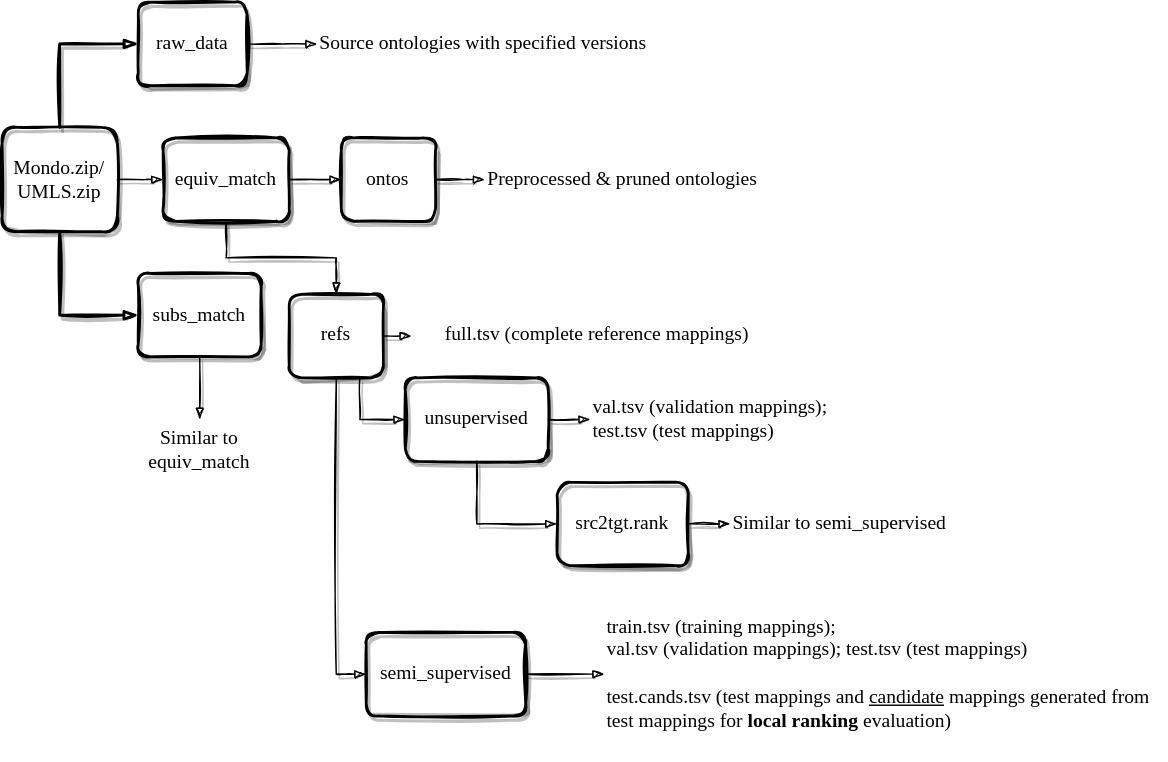
Before: docs/images/largebiomeddata.svg, a diagram exported from draw.io (KRR-Oxford/DeepOnto). Source tidied: cells renumbered, new cells last; positions are measured from the earlier drawing's top-left corner, leaving out a move shared by most shapes.
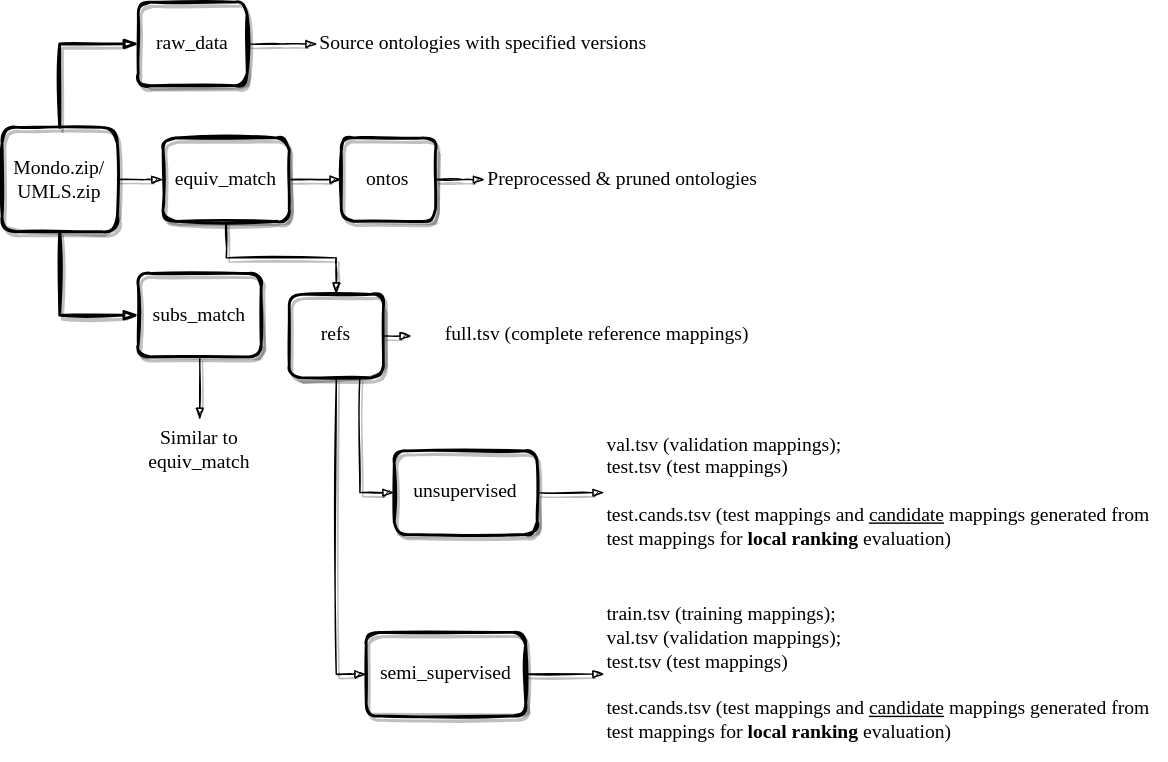
Above is the later version.

Change to the diagram source:
```diff
@@ -60,7 +60,7 @@
       <mxGeometry relative="1" as="geometry" />
     </mxCell>
     <mxCell id="21" value="&lt;font face=&quot;Comic Sans MS&quot;&gt;&lt;span style=&quot;font-size: 14px&quot;&gt;unsupervised&lt;/span&gt;&lt;/font&gt;" style="rounded=1;whiteSpace=wrap;html=1;sketch=1;glass=0;strokeWidth=2;shadow=1;" parent="1" vertex="1">
-      <mxGeometry x="287.9" y="268.2" width="102.1" height="59.6" as="geometry" />
+      <mxGeometry x="280" y="320.4" width="102.1" height="59.6" as="geometry" />
     </mxCell>
     <mxCell id="22" style="edgeStyle=orthogonalEdgeStyle;rounded=0;sketch=1;jettySize=auto;html=1;exitX=0.75;exitY=1;exitDx=0;exitDy=0;entryX=0;entryY=0.5;entryDx=0;entryDy=0;shadow=1;fontFamily=Comic Sans MS;fontSize=14;fontColor=default;endArrow=blockThin;endFill=1;strokeWidth=1;" parent="1" edge="1" source="14" target="21">
       <mxGeometry relative="1" as="geometry" />
@@ -71,29 +71,17 @@
     <mxCell id="24" style="edgeStyle=orthogonalEdgeStyle;rounded=0;sketch=1;jettySize=auto;html=1;exitX=0.5;exitY=1;exitDx=0;exitDy=0;entryX=0;entryY=0.5;entryDx=0;entryDy=0;shadow=1;fontFamily=Comic Sans MS;fontSize=14;fontColor=default;endArrow=blockThin;endFill=1;strokeWidth=1;" parent="1" edge="1" source="14" target="23">
       <mxGeometry relative="1" as="geometry" />
     </mxCell>
-    <mxCell id="25" value="val.tsv (validation mappings); test.tsv (test mappings)" style="text;html=1;strokeColor=none;fillColor=none;align=left;verticalAlign=middle;whiteSpace=wrap;rounded=0;shadow=1;glass=0;sketch=1;fontFamily=Comic Sans MS;fontSize=14;fontColor=default;" parent="1" vertex="1">
-      <mxGeometry x="420" y="275.7" width="190" height="44.7" as="geometry" />
+    <mxCell id="25" value="val.tsv (validation mappings); &lt;br&gt;test.tsv (test mappings)&lt;br&gt;&lt;br&gt;test.cands.tsv (test mappings and&amp;nbsp;&lt;u&gt;candidate&lt;/u&gt;&amp;nbsp;mappings generated from test mappings for&amp;nbsp;&lt;b&gt;local ranking&lt;/b&gt;&amp;nbsp;evaluation)" style="text;html=1;strokeColor=none;fillColor=none;align=left;verticalAlign=middle;whiteSpace=wrap;rounded=0;shadow=1;glass=0;sketch=1;fontFamily=Comic Sans MS;fontSize=14;fontColor=default;" parent="1" vertex="1">
+      <mxGeometry x="430" y="300.2" width="390" height="100" as="geometry" />
     </mxCell>
     <mxCell id="26" style="edgeStyle=orthogonalEdgeStyle;rounded=0;sketch=1;jettySize=auto;html=1;exitX=1;exitY=0.5;exitDx=0;exitDy=0;entryX=0;entryY=0.5;entryDx=0;entryDy=0;shadow=1;fontFamily=Comic Sans MS;fontSize=14;fontColor=default;endArrow=blockThin;endFill=1;strokeWidth=1;" parent="1" edge="1" source="21" target="25">
       <mxGeometry relative="1" as="geometry" />
     </mxCell>
-    <mxCell id="27" value="train.tsv (training mappings);&lt;br&gt;val.tsv (validation mappings); test.tsv (test mappings)&lt;br&gt;&lt;br&gt;test.cands.tsv (test mappings and &lt;u&gt;candidate&lt;/u&gt; mappings generated from test mappings for&amp;nbsp;&lt;b&gt;local ranking&lt;/b&gt; evaluation)" style="text;html=1;strokeColor=none;fillColor=none;align=left;verticalAlign=middle;whiteSpace=wrap;rounded=0;shadow=1;glass=0;sketch=1;fontFamily=Comic Sans MS;fontSize=14;fontColor=default;" parent="1" vertex="1">
+    <mxCell id="27" value="train.tsv (training mappings);&lt;br&gt;val.tsv (validation mappings); &lt;br&gt;test.tsv (test mappings)&lt;br&gt;&lt;br&gt;test.cands.tsv (test mappings and &lt;u&gt;candidate&lt;/u&gt; mappings generated from test mappings for&amp;nbsp;&lt;b&gt;local ranking&lt;/b&gt; evaluation)" style="text;html=1;strokeColor=none;fillColor=none;align=left;verticalAlign=middle;whiteSpace=wrap;rounded=0;shadow=1;glass=0;sketch=1;fontFamily=Comic Sans MS;fontSize=14;fontColor=default;" parent="1" vertex="1">
       <mxGeometry x="430" y="420.9" width="400" height="117.8" as="geometry" />
     </mxCell>
     <mxCell id="28" style="edgeStyle=orthogonalEdgeStyle;rounded=0;sketch=1;jettySize=auto;html=1;exitX=1;exitY=0.5;exitDx=0;exitDy=0;entryX=0;entryY=0.5;entryDx=0;entryDy=0;shadow=1;fontFamily=Comic Sans MS;fontSize=14;fontColor=default;endArrow=blockThin;endFill=1;strokeWidth=1;" parent="1" edge="1" source="23" target="27">
       <mxGeometry relative="1" as="geometry" />
     </mxCell>
-    <mxCell id="29" value="&lt;font face=&quot;Comic Sans MS&quot;&gt;&lt;span style=&quot;font-size: 14px&quot;&gt;src2tgt.rank&lt;/span&gt;&lt;/font&gt;" style="rounded=1;whiteSpace=wrap;html=1;sketch=1;glass=0;strokeWidth=2;shadow=1;" parent="1" vertex="1">
-      <mxGeometry x="396.3" y="342.8" width="93.7" height="59.6" as="geometry" />
-    </mxCell>
-    <mxCell id="30" style="edgeStyle=orthogonalEdgeStyle;rounded=0;sketch=1;jettySize=auto;html=1;exitX=0.5;exitY=1;exitDx=0;exitDy=0;entryX=0;entryY=0.5;entryDx=0;entryDy=0;shadow=1;fontFamily=Comic Sans MS;fontSize=14;fontColor=default;endArrow=blockThin;endFill=1;strokeWidth=1;" parent="1" edge="1" source="21" target="29">
-      <mxGeometry relative="1" as="geometry" />
-    </mxCell>
-    <mxCell id="31" value="Similar to semi_supervised" style="text;html=1;strokeColor=none;fillColor=none;align=left;verticalAlign=middle;whiteSpace=wrap;rounded=0;shadow=1;glass=0;sketch=1;fontFamily=Comic Sans MS;fontSize=14;fontColor=default;" parent="1" vertex="1">
-      <mxGeometry x="520" y="350.2" width="190" height="44.7" as="geometry" />
-    </mxCell>
-    <mxCell id="32" style="edgeStyle=orthogonalEdgeStyle;rounded=0;sketch=1;jettySize=auto;html=1;exitX=1;exitY=0.5;exitDx=0;exitDy=0;entryX=0;entryY=0.5;entryDx=0;entryDy=0;shadow=1;fontFamily=Comic Sans MS;fontSize=14;fontColor=default;endArrow=blockThin;endFill=1;strokeWidth=1;" parent="1" edge="1" source="29" target="31">
-      <mxGeometry relative="1" as="geometry" />
-    </mxCell>
   </root>
 </mxGraphModel>
```
